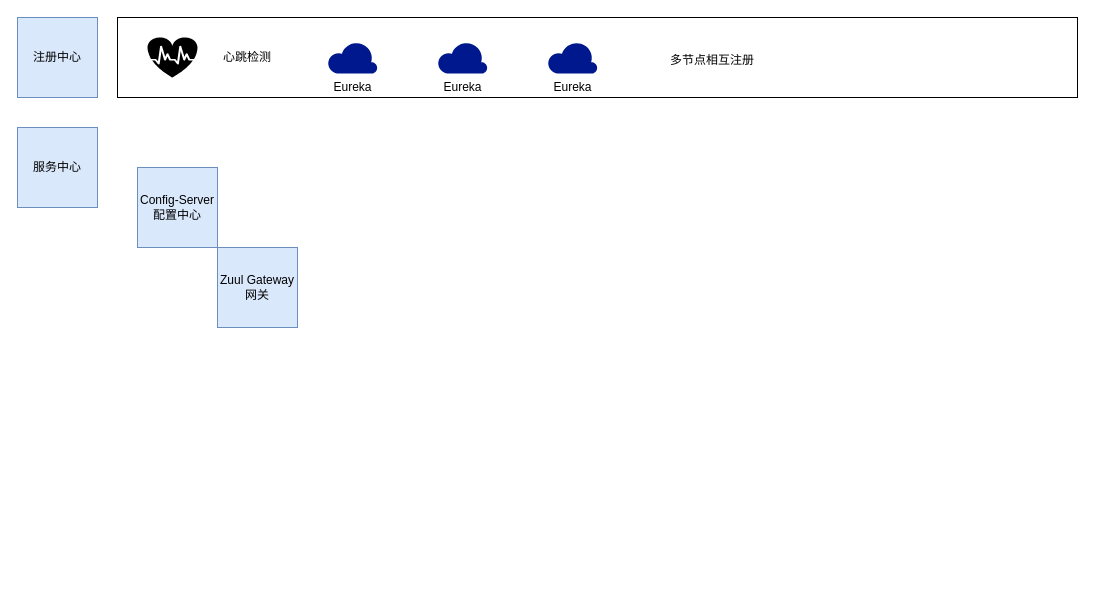
The draw.io diagram Untitled Diagram.drawio in VanShell/xufan, before the edit. Source tidied: cells renumbered, new cells numbered last; positions are measured from the earlier drawing's top-left corner, leaving out a move shared by most shapes. Both pictures are drawn from the tidied source at 100%, with x=0, y=0 at pixel (17, 17).
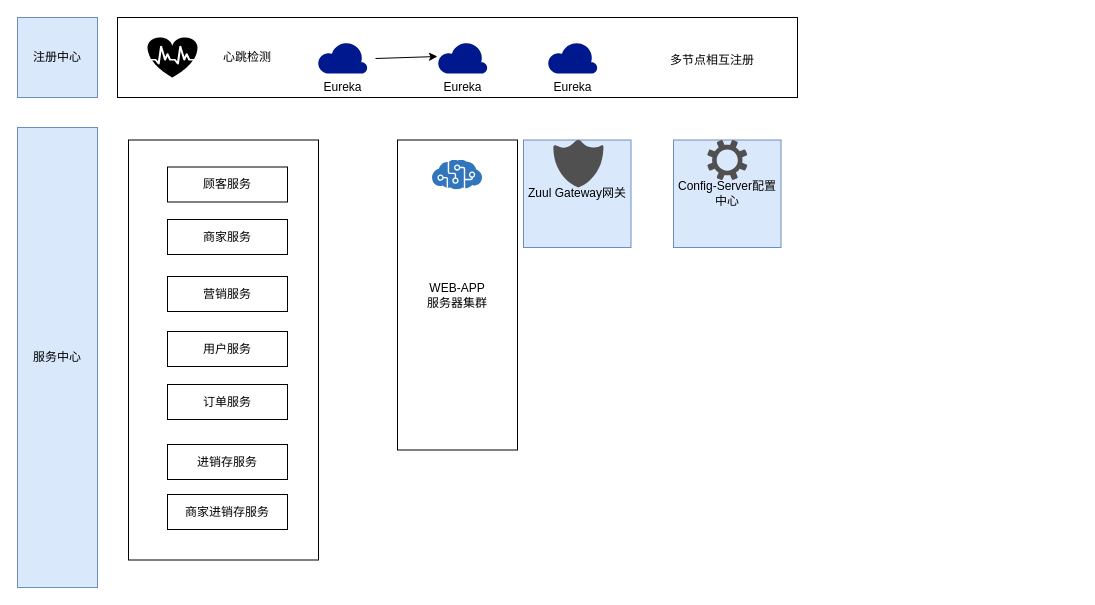
The same page after the edit.

The edit, as a diff of the source:
```diff
@@
     <mxCell id="3" value="Config-Server配置中心" style="whiteSpace=wrap;html=1;fillColor=#dae8fc;strokeColor=#6c8ebf;" parent="1" vertex="1">
-      <mxGeometry x="120" y="150" width="80" height="80" as="geometry" />
+      <mxGeometry x="656" y="122.5" width="107.5" height="107.5" as="geometry" />
     </mxCell>
     <mxCell id="4" value="Zuul Gateway网关" style="whiteSpace=wrap;html=1;fillColor=#dae8fc;strokeColor=#6c8ebf;" parent="1" vertex="1">
-      <mxGeometry x="200" y="230" width="80" height="80" as="geometry" />
+      <mxGeometry x="506" y="122.5" width="107.5" height="107.5" as="geometry" />
     </mxCell>
-    <mxCell id="5" value="服务中心" style="whiteSpace=wrap;html=1;fillColor=#dae8fc;strokeColor=#6c8ebf;" parent="1" vertex="1">
-      <mxGeometry y="110" width="80" height="80" as="geometry" />
-    </mxCell>
     <mxCell id="6" style="rounded=0;whiteSpace=wrap;html=1;" parent="1" vertex="1">
-      <mxGeometry x="100" width="960" height="80" as="geometry" />
+      <mxGeometry x="100" width="680" height="80" as="geometry" />
     </mxCell>
@@
     <mxCell id="9" value="Eureka" style="shadow=0;html=1;labelPosition=center;verticalLabelPosition=bottom;verticalAlign=top;align=center;fillColor=#00188D;shape=mxgraph.azure.cloud;strokeColor=none;perimeterSpacing=1;" parent="1" vertex="1">
-      <mxGeometry x="310" y="24" width="50" height="32" as="geometry" />
+      <mxGeometry x="300" y="24" width="50" height="32" as="geometry" />
     </mxCell>
@@
+    <mxCell id="13" style="endArrow=classic;html=1;" parent="1" edge="1">
+      <mxGeometry relative="1" as="geometry">
+        <mxPoint x="358" y="41" as="sourcePoint" />
+        <mxPoint x="420" y="39" as="targetPoint" />
+      </mxGeometry>
+    </mxCell>
+    <mxCell id="5" value="服务中心" style="rounded=0;whiteSpace=wrap;html=1;strokeColor=#6c8ebf;fillColor=#dae8fc;" parent="1" vertex="1">
+      <mxGeometry y="110" width="80" height="460" as="geometry" />
+    </mxCell>
+    <mxCell id="14" style="shadow=0;dashed=0;html=1;strokeColor=none;labelPosition=center;verticalLabelPosition=bottom;verticalAlign=top;align=center;fillColor=#505050;shape=mxgraph.mscae.enterprise.settings;" parent="1" vertex="1">
+      <mxGeometry x="689.8" y="122.5" width="40" height="40" as="geometry" />
+    </mxCell>
+    <mxCell id="15" style="shadow=0;dashed=0;html=1;strokeColor=none;labelPosition=center;verticalLabelPosition=bottom;verticalAlign=top;align=center;fillColor=#505050;shape=mxgraph.mscae.intune.protection;" parent="1" vertex="1">
+      <mxGeometry x="535.8" y="122.5" width="50.2" height="47.5" as="geometry" />
+    </mxCell>
+    <mxCell id="16" value="顾客服务" style="rounded=0;whiteSpace=wrap;html=1;" parent="1" vertex="1">
+      <mxGeometry x="150" y="149.5" width="120" height="35" as="geometry" />
+    </mxCell>
+    <mxCell id="17" value="进销存服务" style="rounded=0;whiteSpace=wrap;html=1;strokeColor=#000000;" parent="1" vertex="1">
+      <mxGeometry x="150" y="427" width="120" height="35" as="geometry" />
+    </mxCell>
+    <mxCell id="18" value="商家服务" style="rounded=0;whiteSpace=wrap;html=1;strokeColor=#000000;" parent="1" vertex="1">
+      <mxGeometry x="150" y="202" width="120" height="35" as="geometry" />
+    </mxCell>
+    <mxCell id="19" value="订单服务" style="rounded=0;whiteSpace=wrap;html=1;strokeColor=#000000;" parent="1" vertex="1">
+      <mxGeometry x="150" y="367" width="120" height="35" as="geometry" />
+    </mxCell>
+    <mxCell id="20" value="营销服务" style="rounded=0;whiteSpace=wrap;html=1;strokeColor=#000000;" parent="1" vertex="1">
+      <mxGeometry x="150" y="259" width="120" height="35" as="geometry" />
+    </mxCell>
+    <mxCell id="21" value="用户服务" style="rounded=0;whiteSpace=wrap;html=1;strokeColor=#000000;" parent="1" vertex="1">
+      <mxGeometry x="150" y="314" width="120" height="35" as="geometry" />
+    </mxCell>
+    <mxCell id="22" value="商家进销存服务" style="rounded=0;whiteSpace=wrap;html=1;strokeColor=#000000;" parent="1" vertex="1">
+      <mxGeometry x="150" y="477" width="120" height="35" as="geometry" />
+    </mxCell>
+    <mxCell id="23" value="WEB-APP&lt;br&gt;服务器集群" style="rounded=0;whiteSpace=wrap;html=1;strokeColor=#000000;fillColor=#ffffff;" parent="1" vertex="1">
+      <mxGeometry x="380" y="122.5" width="120" height="310" as="geometry" />
+    </mxCell>
+    <mxCell id="24" style="html=1;align=center;image;fontSize=12;image=img/lib/mscae/Cognitive_Services.svg;strokeColor=#000000;fillColor=#ffffff;" parent="1" vertex="1">
+      <mxGeometry x="415" y="142.5" width="50" height="30" as="geometry" />
+    </mxCell>
+    <mxCell id="25" style="rounded=0;whiteSpace=wrap;html=1;strokeColor=#000000;fillColor=none;" parent="1" vertex="1">
+      <mxGeometry x="111" y="122.5" width="190" height="420" as="geometry" />
+    </mxCell>
```
